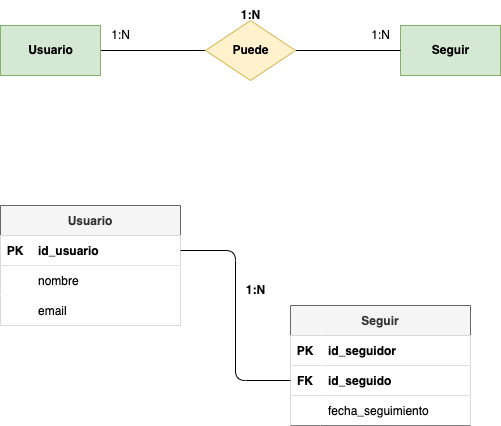
Earlier version of the draw.io export tareas/tarea-3/images/ejercicio8.drawio.png (deylansystem/actividadesBAE). Source tidied: cells renumbered, new cells last; positions are measured from the earlier drawing's top-left corner, leaving out a move shared by most shapes.
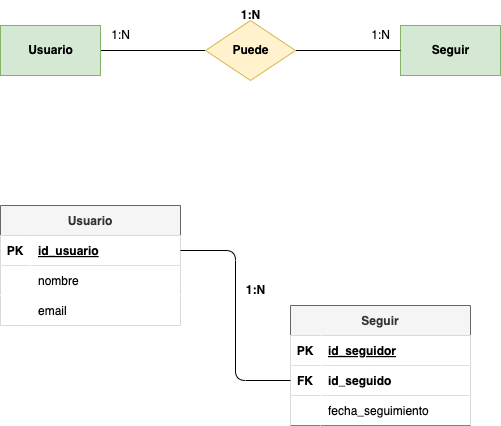
The same file after the commit.

Diff of the diagram source:
```diff
@@ -11,7 +11,7 @@
     <mxCell id="4" value="PK" style="shape=partialRectangle;fillColor=#FFFFFF;top=0;left=0;bottom=0;right=0;fontStyle=1;overflow=hidden;fontColor=#000000;" parent="3" vertex="1">
       <mxGeometry width="30" height="30" as="geometry" />
     </mxCell>
-    <mxCell id="5" value="id_usuario" style="shape=partialRectangle;fillColor=#FFFFFF;top=0;left=0;bottom=0;right=0;align=left;spacingLeft=6;fontStyle=1;overflow=hidden;fontColor=#000000;" parent="3" vertex="1">
+    <mxCell id="5" value="id_usuario" style="shape=partialRectangle;fillColor=#FFFFFF;top=0;left=0;bottom=0;right=0;align=left;spacingLeft=6;fontStyle=5;overflow=hidden;fontColor=#000000;" parent="3" vertex="1">
       <mxGeometry x="30" width="150" height="30" as="geometry" />
     </mxCell>
     <mxCell id="6" style="shape=tableRow;horizontal=0;startSize=0;swimlaneHead=0;swimlaneBody=0;fillColor=#FFFFFF;top=0;left=0;right=0;bottom=0;fontColor=#000000;" parent="2" vertex="1">
@@ -41,7 +41,7 @@
     <mxCell id="14" value="PK" style="shape=partialRectangle;fillColor=#FFFFFF;top=0;left=0;bottom=0;right=0;fontStyle=1;overflow=hidden;fontColor=#000000;" parent="13" vertex="1">
       <mxGeometry width="30" height="30" as="geometry" />
     </mxCell>
-    <mxCell id="15" value="id_seguidor" style="shape=partialRectangle;fillColor=#FFFFFF;top=0;left=0;bottom=0;right=0;align=left;spacingLeft=6;fontStyle=1;overflow=hidden;fontColor=#000000;" parent="13" vertex="1">
+    <mxCell id="15" value="id_seguidor" style="shape=partialRectangle;fillColor=#FFFFFF;top=0;left=0;bottom=0;right=0;align=left;spacingLeft=6;fontStyle=5;overflow=hidden;fontColor=#000000;" parent="13" vertex="1">
       <mxGeometry x="30" width="150" height="30" as="geometry" />
     </mxCell>
     <mxCell id="16" style="shape=tableRow;horizontal=0;startSize=0;swimlaneHead=0;swimlaneBody=0;fillColor=#FFFFFF;points=[[0,0.5],[1,0.5]];portConstraint=eastwest;top=0;left=0;right=0;bottom=1;fontColor=#000000;" parent="12" vertex="1">
```
